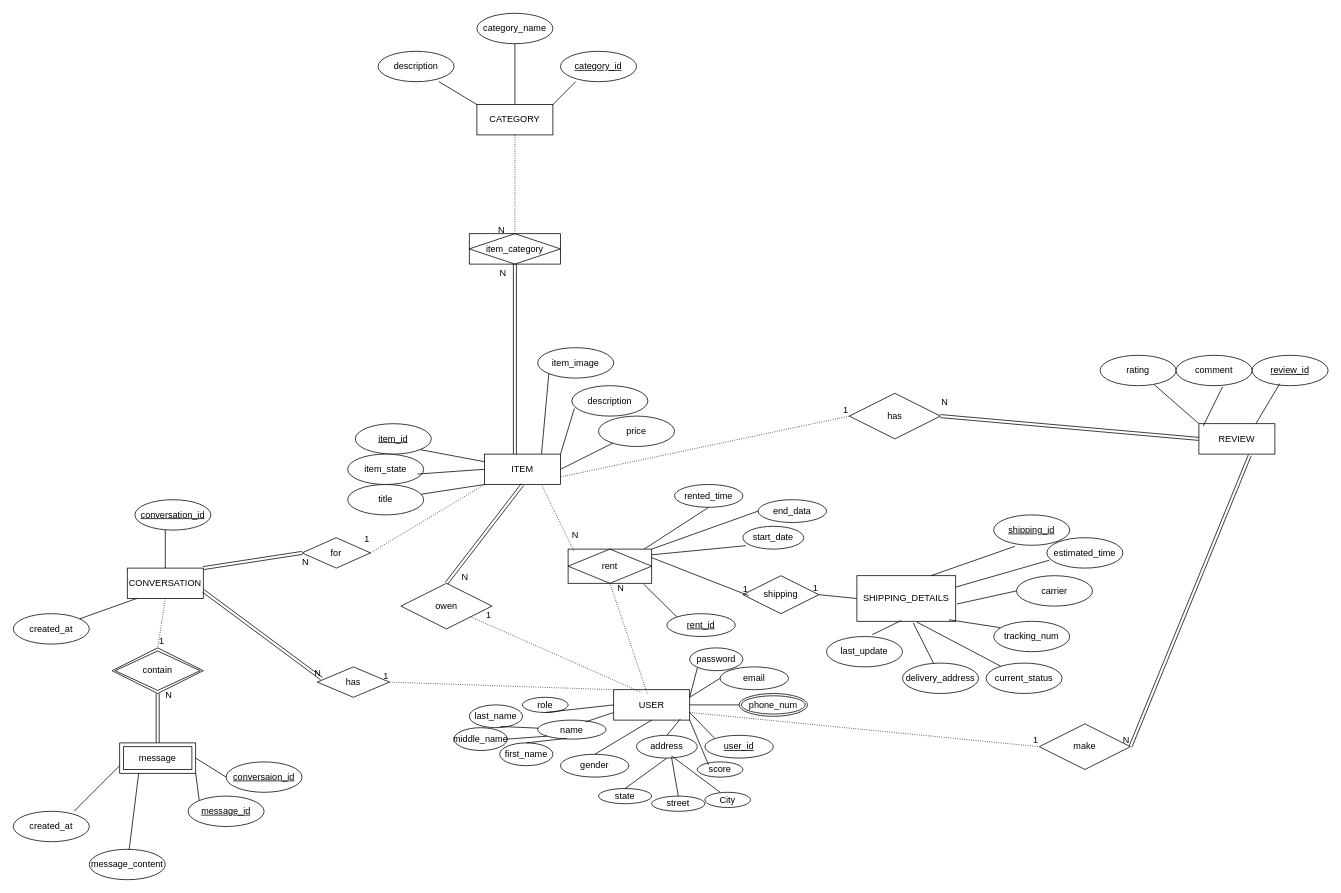
Above: page "Page-1" (1 of 2) of documents/ERD.drawio in ZiadMostafaGit/graduation-project (draw.io), before the change. Source tidied: cells renumbered, new cells numbered last; positions are measured from the earlier drawing's top-left corner, leaving out a move shared by most shapes. Both pictures are drawn from the tidied source at 76%, with x=0, y=0 at pixel (13, 13).
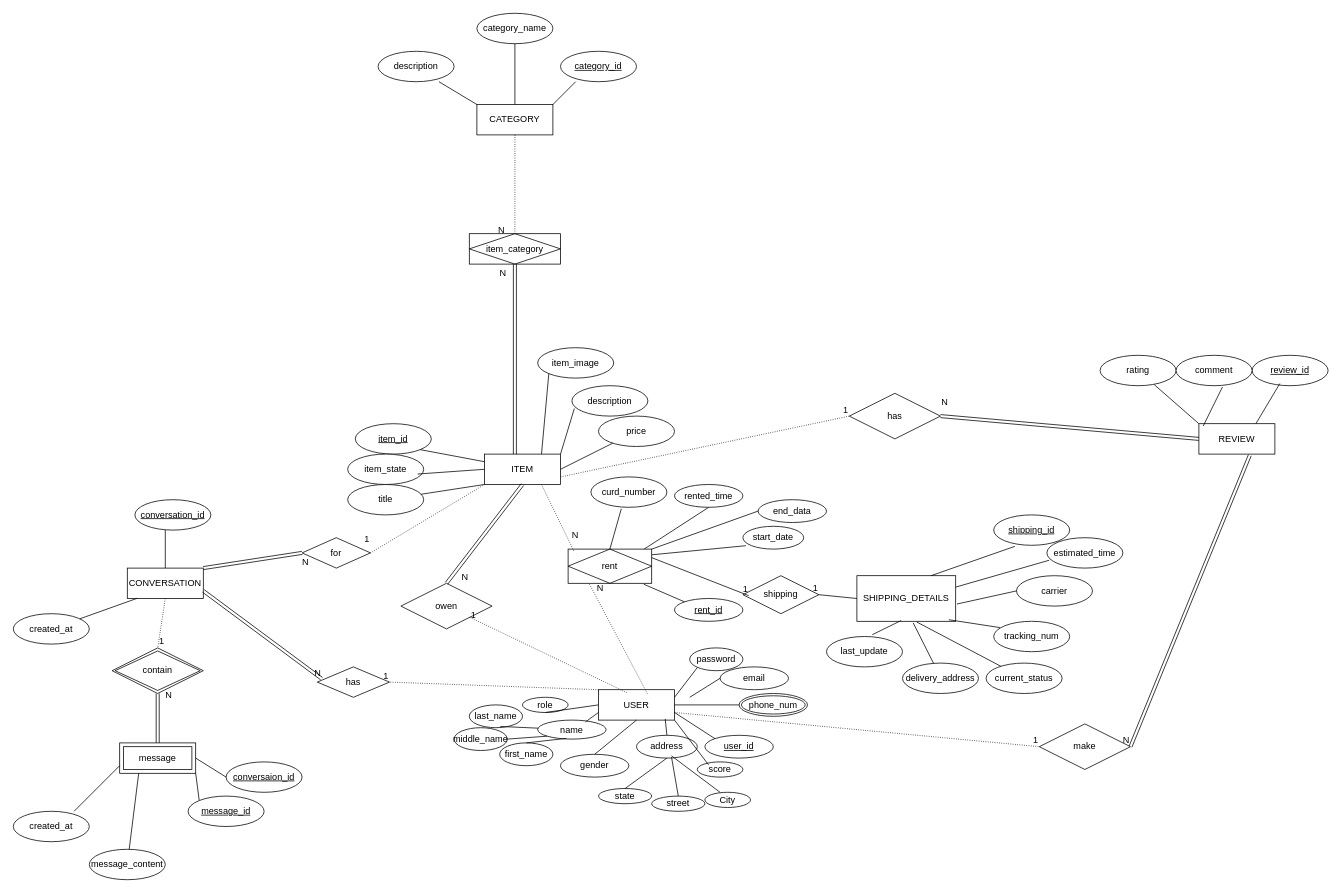
The same page after the edit.

Commit message (it also covers changes not shown here):
uppdate erd relational model and add the new DB prototype

Unchanged cells that the change refers to:
```xml
<mxCell id="90" value="rent" style="shape=associativeEntity;whiteSpace=wrap;html=1;align=center;" parent="1" vertex="1">
  <mxGeometry x="730" y="705" width="110" height="45" as="geometry" />
</mxCell>
```

Diff of the diagram source:
```diff
@@
     <mxCell id="2" value="USER" style="whiteSpace=wrap;html=1;align=center;" parent="1" vertex="1">
-      <mxGeometry x="790" y="890" width="100" height="40" as="geometry" />
+      <mxGeometry x="770" y="890" width="100" height="40" as="geometry" />
     </mxCell>
@@
     <mxCell id="54" value="rent_id" style="ellipse;whiteSpace=wrap;html=1;align=center;fontStyle=4;" parent="1" vertex="1">
-      <mxGeometry x="860" y="790" width="90" height="30" as="geometry" />
+      <mxGeometry x="870" y="770" width="90" height="30" as="geometry" />
     </mxCell>
@@
-    <mxCell id="123" style="endArrow=none;html=1;rounded=0;dashed=1;dashPattern=1 2;exitX=0.367;exitY=-0.033;exitDx=0;exitDy=0;exitPerimeter=0;entryX=0.5;entryY=1;entryDx=0;entryDy=0;" parent="1" edge="1" target="90">
+    <mxCell id="123" style="endArrow=none;html=1;rounded=0;dashed=1;dashPattern=1 2;exitX=0.367;exitY=-0.033;exitDx=0;exitDy=0;exitPerimeter=0;entryX=0.25;entryY=1;entryDx=0;entryDy=0;" parent="1" edge="1" target="90">
       <mxGeometry relative="1" as="geometry">
         <mxPoint x="834.2" y="895" as="sourcePoint" />
       </mxGeometry>
     </mxCell>
@@
+    <mxCell id="142" value="curd_number" style="ellipse;whiteSpace=wrap;html=1;align=center;" parent="1" vertex="1">
+      <mxGeometry x="760" y="610" width="100" height="40" as="geometry" />
+    </mxCell>
+    <mxCell id="143" style="endArrow=none;html=1;rounded=0;entryX=0.4;entryY=1.05;entryDx=0;entryDy=0;entryPerimeter=0;exitX=0.5;exitY=0;exitDx=0;exitDy=0;" parent="1" edge="1" source="90" target="142">
+      <mxGeometry relative="1" as="geometry" />
+    </mxCell>
```
